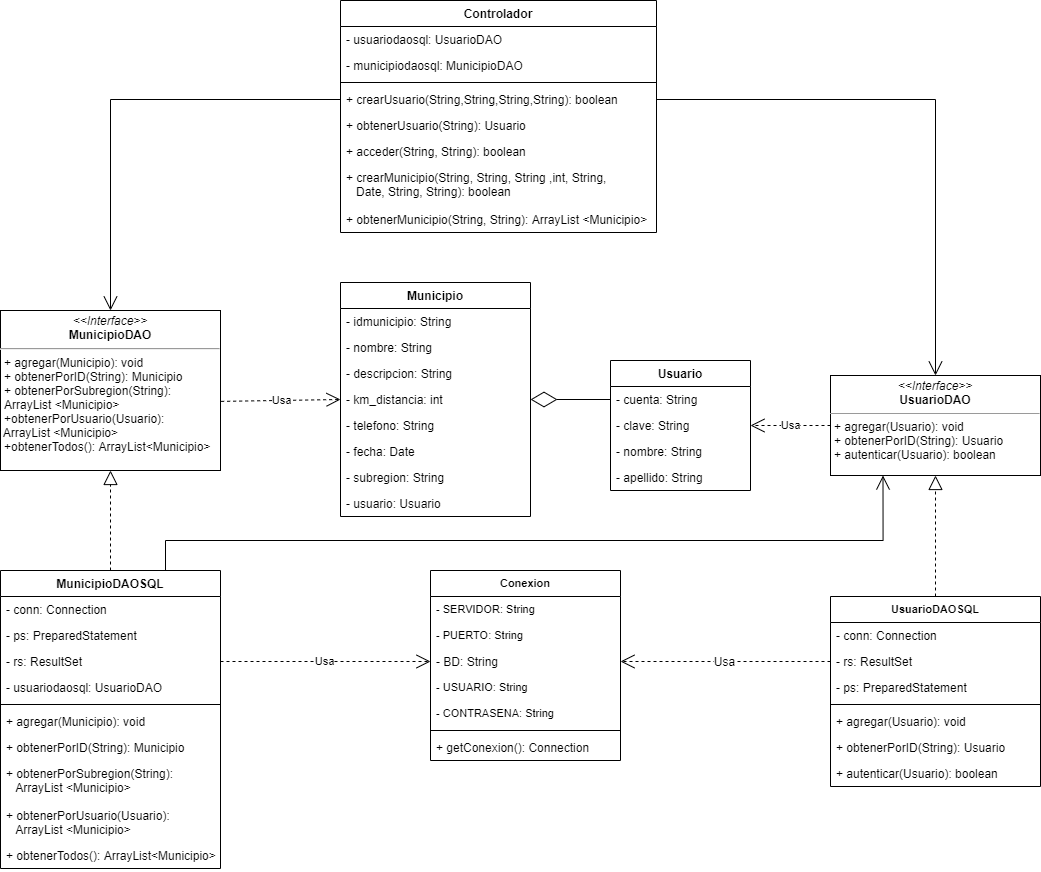
The draw.io diagram diagrama de clases.png in Andres0x90/WebMunicipiosTuristicos, before a commit. Source tidied: cells renumbered, new cells last; positions are measured from the earlier drawing's top-left corner, leaving out a move shared by most shapes.
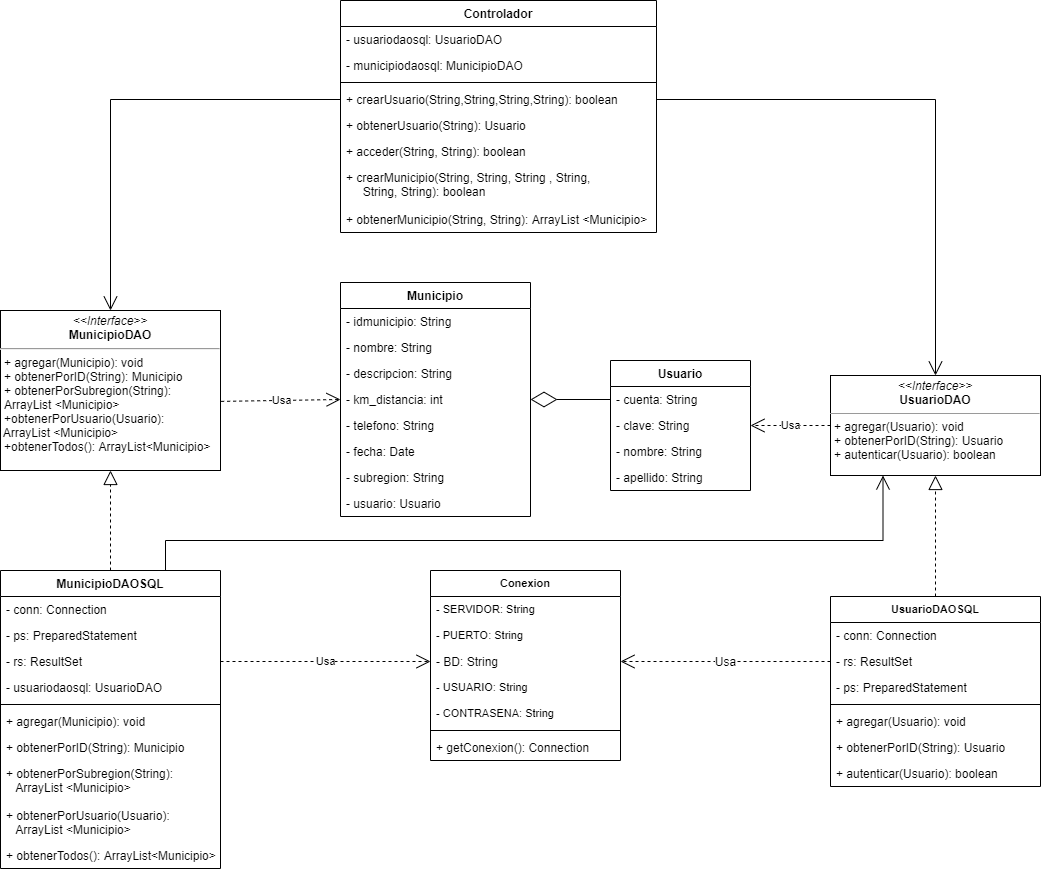
The same diagram one commit later.

Commit message:
Diagrama de clases modificado V4 y script sql agregado

What changed in the source:
```diff
@@ -173,7 +173,7 @@
     <mxCell id="58" value="+ acceder(String, String): boolean" style="text;strokeColor=none;fillColor=none;align=left;verticalAlign=top;spacingLeft=4;spacingRight=4;overflow=hidden;" parent="52" vertex="1">
       <mxGeometry y="138" width="316" height="26" as="geometry" />
     </mxCell>
-    <mxCell id="59" value="+ crearMunicipio(String, String, String ,int, String,&#10;   Date, String, String): boolean" style="text;strokeColor=none;fillColor=none;align=left;verticalAlign=top;spacingLeft=4;spacingRight=4;overflow=hidden;glass=0;fontSize=12;" parent="52" vertex="1">
+    <mxCell id="59" value="+ crearMunicipio(String, String, String , String,&#10;     String, String): boolean" style="text;strokeColor=none;fillColor=none;align=left;verticalAlign=top;spacingLeft=4;spacingRight=4;overflow=hidden;glass=0;fontSize=12;" parent="52" vertex="1">
       <mxGeometry y="164" width="316" height="42" as="geometry" />
     </mxCell>
     <mxCell id="60" value="+ obtenerMunicipio(String, String): ArrayList &lt;Municipio&gt;" style="text;strokeColor=none;fillColor=none;align=left;verticalAlign=top;spacingLeft=4;spacingRight=4;overflow=hidden;glass=0;fontSize=12;" parent="52" vertex="1">
```
